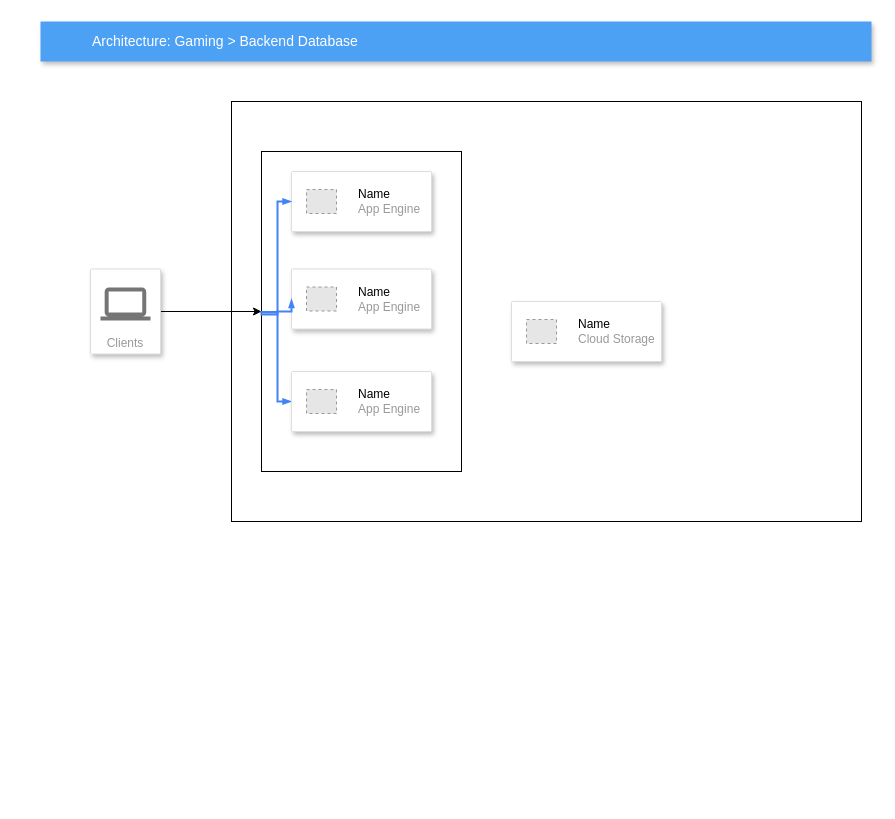
The draw.io diagram Untitled Diagram.drawio in YNUFes-tech/testing, before the edit. Source tidied: cells renumbered, new cells numbered last; positions are measured from the earlier drawing's top-left corner, leaving out a move shared by most shapes. Both pictures are drawn from the tidied source at 100%, with x=0, y=0 at pixel (40, 21). Pictures stored in the file or linked from it are replaced by grey dashed boxes.
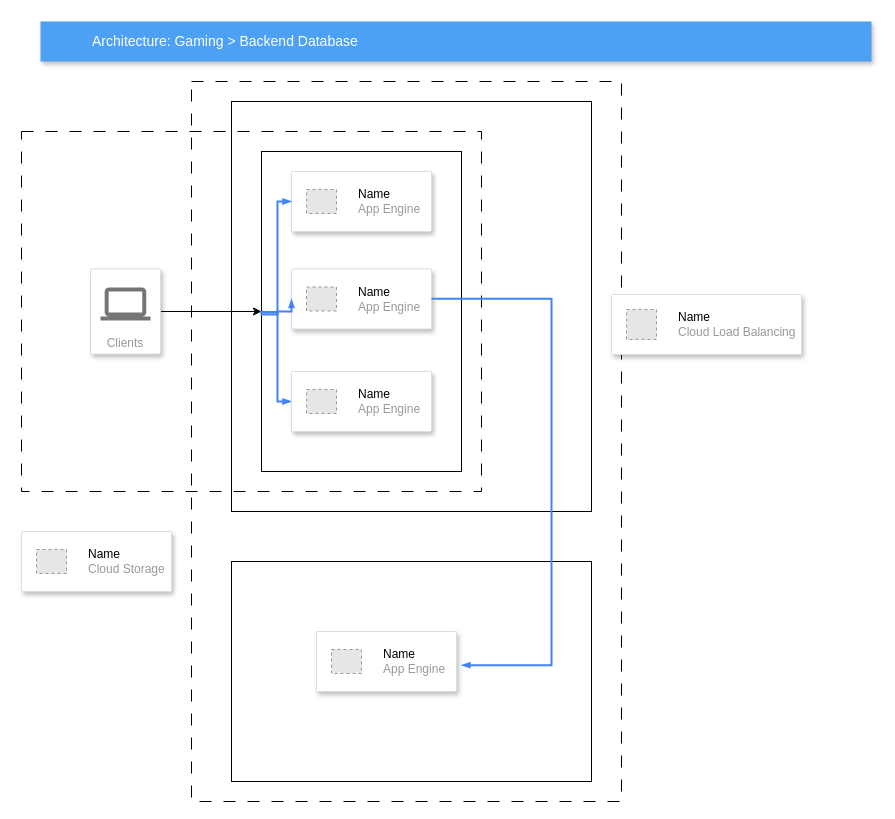
The same page after the edit.

Diff of the diagram source:
```diff
@@
+    <mxCell id="19" style="whiteSpace=wrap;html=1;fillColor=none;dashed=1;dashPattern=12 12;" parent="1" vertex="1">
+      <mxGeometry x="151" y="60" width="430" height="720" as="geometry" />
+    </mxCell>
     <mxCell id="2" style="whiteSpace=wrap;html=1;" parent="1" vertex="1">
-      <mxGeometry x="191" y="80" width="630" height="420" as="geometry" />
+      <mxGeometry x="191" y="80" width="360" height="410" as="geometry" />
     </mxCell>
+    <mxCell id="20" style="whiteSpace=wrap;html=1;fillColor=none;dashed=1;dashPattern=12 12;" parent="1" vertex="1">
+      <mxGeometry x="-19" y="110" width="460" height="360" as="geometry" />
+    </mxCell>
@@
     <mxCell id="8" style="strokeColor=#dddddd;shadow=1;strokeWidth=1;rounded=1;absoluteArcSize=1;arcSize=2;" parent="1" vertex="1">
-      <mxGeometry x="471" y="280" width="150" height="60" as="geometry" />
+      <mxGeometry x="-19" y="510" width="150" height="60" as="geometry" />
     </mxCell>
@@
+    <mxCell id="21" style="whiteSpace=wrap;html=1;" parent="1" vertex="1">
+      <mxGeometry x="191" y="540" width="360" height="220" as="geometry" />
+    </mxCell>
+    <mxCell id="22" style="strokeColor=#dddddd;shadow=1;strokeWidth=1;rounded=1;absoluteArcSize=1;arcSize=2;" parent="1" vertex="1">
+      <mxGeometry x="276" y="610" width="140" height="60" as="geometry" />
+    </mxCell>
+    <mxCell id="23" value="&lt;font color=&quot;#000000&quot;&gt;Name&lt;/font&gt;&lt;br&gt;App Engine" style="fillColor=#E6E6E6;strokeColor=#999999;dashed=1;html=1;fontColor=#999999;verticalLabelPosition=middle;labelBackgroundColor=#ffffff;verticalAlign=middle;labelPosition=right;align=left;spacingLeft=20;" parent="22" vertex="1">
+      <mxGeometry width="30" height="24" relative="1" as="geometry">
+        <mxPoint x="15" y="18" as="offset" />
+      </mxGeometry>
+    </mxCell>
+    <mxCell id="24" style="edgeStyle=orthogonalEdgeStyle;fontSize=12;html=1;endArrow=blockThin;endFill=1;rounded=0;strokeWidth=2;endSize=4;startSize=4;dashed=0;strokeColor=#4284F3;entryX=1.036;entryY=0.562;entryDx=0;entryDy=0;entryPerimeter=0;" parent="1" edge="1" target="22">
+      <mxGeometry relative="1" as="geometry">
+        <mxPoint x="391" y="277.2" as="sourcePoint" />
+        <Array as="points">
+          <mxPoint x="511" y="277" />
+          <mxPoint x="511" y="644" />
+        </Array>
+      </mxGeometry>
+    </mxCell>
+    <mxCell id="25" style="strokeColor=#dddddd;shadow=1;strokeWidth=1;rounded=1;absoluteArcSize=1;arcSize=2;" parent="1" vertex="1">
+      <mxGeometry x="571" y="273" width="190" height="60" as="geometry" />
+    </mxCell>
+    <mxCell id="26" value="&lt;font color=&quot;#000000&quot;&gt;Name&lt;/font&gt;&lt;br&gt;Cloud Load Balancing" style="fillColor=#E6E6E6;strokeColor=#999999;dashed=1;html=1;fontColor=#999999;verticalLabelPosition=middle;labelBackgroundColor=#ffffff;verticalAlign=middle;labelPosition=right;align=left;spacingLeft=20;" parent="25" vertex="1">
+      <mxGeometry width="30" height="30" relative="1" as="geometry">
+        <mxPoint x="15" y="15" as="offset" />
+      </mxGeometry>
+    </mxCell>
```
